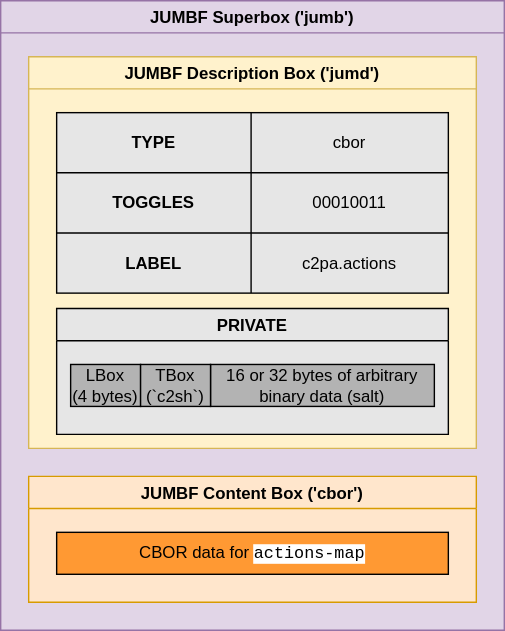
Above: build/site/specifications/2.0/specs/_images/assertion_JUMBF.drawio.svg in c2pa-org/specifications (draw.io), before the change. Source tidied: cells renumbered, new cells last; positions are measured from the earlier drawing's top-left corner, leaving out a move shared by most shapes. Source of this version:
```xml
<mxGraphModel>
  <root>
    <mxCell id="0" />
    <mxCell id="1" parent="0" />
    <mxCell id="2" value="JUMBF Superbox ('jumb')" style="swimlane;fillColor=#e1d5e7;strokeColor=#9673a6;swimlaneFillColor=#E1D5E7;" parent="1" vertex="1">
      <mxGeometry width="360" height="450" as="geometry" />
    </mxCell>
    <mxCell id="3" value="JUMBF Description Box ('jumd')" style="swimlane;fillColor=#fff2cc;strokeColor=#d6b656;swimlaneFillColor=#FFF2CC;" parent="2" vertex="1">
      <mxGeometry x="20" y="40" width="320" height="280" as="geometry" />
    </mxCell>
    <mxCell id="4" style="shape=table;html=1;whiteSpace=wrap;startSize=0;swimlaneFillColor=none;fillColor=#E6E6E6;" parent="3" vertex="1">
      <mxGeometry x="20" y="40" width="280" height="129" as="geometry" />
    </mxCell>
    <mxCell id="5" style="shape=partialRectangle;html=1;whiteSpace=wrap;fillColor=none;top=0;left=0;bottom=0;right=0;" parent="4" vertex="1">
      <mxGeometry width="280" height="43" as="geometry" />
    </mxCell>
    <mxCell id="6" value="TYPE" style="shape=partialRectangle;html=1;whiteSpace=wrap;fillColor=none;top=0;left=0;bottom=0;right=0;overflow=hidden;fontStyle=1;" parent="5" vertex="1">
      <mxGeometry width="139" height="43" as="geometry" />
    </mxCell>
    <mxCell id="7" value="cbor" style="shape=partialRectangle;html=1;whiteSpace=wrap;fillColor=none;top=0;left=0;bottom=0;right=0;overflow=hidden;" parent="5" vertex="1">
      <mxGeometry x="139" width="141" height="43" as="geometry" />
    </mxCell>
    <mxCell id="8" style="shape=partialRectangle;html=1;whiteSpace=wrap;fillColor=none;top=0;left=0;bottom=0;right=0;" parent="4" vertex="1">
      <mxGeometry y="43" width="280" height="43" as="geometry" />
    </mxCell>
    <mxCell id="9" value="TOGGLES" style="shape=partialRectangle;html=1;whiteSpace=wrap;fillColor=none;top=0;left=0;bottom=0;right=0;overflow=hidden;fontStyle=1;" parent="8" vertex="1">
      <mxGeometry width="139" height="43" as="geometry" />
    </mxCell>
    <mxCell id="10" value="00010011" style="shape=partialRectangle;html=1;whiteSpace=wrap;fillColor=none;top=0;left=0;bottom=0;right=0;overflow=hidden;" parent="8" vertex="1">
      <mxGeometry x="139" width="141" height="43" as="geometry" />
    </mxCell>
    <mxCell id="11" style="shape=partialRectangle;html=1;whiteSpace=wrap;fillColor=none;top=0;left=0;bottom=0;right=0;" parent="4" vertex="1">
      <mxGeometry y="86" width="280" height="43" as="geometry" />
    </mxCell>
    <mxCell id="12" value="LABEL" style="shape=partialRectangle;html=1;whiteSpace=wrap;fillColor=none;top=0;left=0;bottom=0;right=0;overflow=hidden;fontStyle=1;" parent="11" vertex="1">
      <mxGeometry width="139" height="43" as="geometry" />
    </mxCell>
    <mxCell id="13" value="c2pa.actions" style="shape=partialRectangle;html=1;whiteSpace=wrap;fillColor=none;top=0;left=0;bottom=0;right=0;overflow=hidden;" parent="11" vertex="1">
      <mxGeometry x="139" width="141" height="43" as="geometry" />
    </mxCell>
    <mxCell id="14" value="PRIVATE" style="swimlane;swimlaneFillColor=#E6E6E6;fillColor=#E6E6E6;" parent="3" vertex="1">
      <mxGeometry x="20" y="180" width="280" height="90" as="geometry" />
    </mxCell>
    <mxCell id="15" value="JUMBF Content Box ('cbor')" style="swimlane;fillColor=#ffe6cc;strokeColor=#d79b00;swimlaneFillColor=#FFE6CC;" parent="2" vertex="1">
      <mxGeometry x="20" y="340" width="320" height="90" as="geometry" />
    </mxCell>
    <mxCell id="16" value="CBOR data for&amp;nbsp;&lt;span style=&quot;background-color: rgb(255 , 255 , 255) ; font-family: &amp;#34;source code pro&amp;#34; , &amp;#34;menlo&amp;#34; , &amp;#34;monaco&amp;#34; , &amp;#34;courier new&amp;#34; , monospace , &amp;#34;menlo&amp;#34; , &amp;#34;monaco&amp;#34; , &amp;#34;courier new&amp;#34; , monospace&quot;&gt;actions-map&lt;/span&gt;" style="rounded=0;whiteSpace=wrap;html=1;fillColor=#FF9933;" parent="15" vertex="1">
      <mxGeometry x="20" y="40" width="280" height="30" as="geometry" />
    </mxCell>
    <mxCell id="17" value="16 or 32 bytes of arbitrary binary data (salt)" style="rounded=0;whiteSpace=wrap;html=1;fillColor=#B3B3B3;" parent="1" vertex="1">
      <mxGeometry x="150" y="260" width="160" height="30" as="geometry" />
    </mxCell>
    <mxCell id="18" value="LBox &lt;br&gt;&lt;span style=&quot;color: rgba(0 , 0 , 0 , 0) ; font-family: monospace ; font-size: 0px&quot;&gt;%3CmxGraphModel%3E%3Croot%3E%3CmxCell%20id%3D%220%22%2F%3E%3CmxCell%20id%3D%221%22%20parent%3D%220%22%2F%3E%3CmxCell%20id%3D%222%22%20value%3D%2216%20or%2032%20bytes%20of%20arbitrary%20binary%20data%20(salt)%22%20style%3D%22rounded%3D0%3BwhiteSpace%3Dwrap%3Bhtml%3D1%3BfillColor%3D%23B3B3B3%3B%22%20vertex%3D%221%22%20parent%3D%221%22%3E%3CmxGeometry%20x%3D%22260%22%20y%3D%22340%22%20width%3D%22160%22%20height%3D%2230%22%20as%3D%22geometry%22%2F%3E%3C%2FmxCell%3E%3C%2Froot%3E%3C%2FmxGraphModel%3E&lt;/span&gt;(4 bytes)" style="rounded=0;whiteSpace=wrap;html=1;fillColor=#B3B3B3;" parent="1" vertex="1">
      <mxGeometry x="50" y="260" width="50" height="30" as="geometry" />
    </mxCell>
    <mxCell id="19" value="TBox &lt;br&gt;&lt;span style=&quot;color: rgba(0 , 0 , 0 , 0) ; font-family: monospace ; font-size: 0px&quot;&gt;%3CmxGraphModel%3E%3Croot%3E%3CmxCell%20id%3D%220%22%2F%3E%3CmxCell%20id%3D%221%22%20parent%3D%220%22%2F%3E%3CmxCell%20id%3D%222%22%20value%3D%2216%20or%2032%20bytes%20of%20arbitrary%20binary%20data%20(salt)%22%20style%3D%22rounded%3D0%3BwhiteSpace%3Dwrap%3Bhtml%3D1%3BfillColor%3D%23B3B3B3%3B%22%20vertex%3D%221%22%20parent%3D%221%22%3E%3CmxGeometry%20x%3D%22260%22%20y%3D%22340%22%20width%3D%22160%22%20height%3D%2230%22%20as%3D%22geometry%22%2F%3E%3C%2FmxCell%3E%3C%2Froot%3E%3C%2FmxGraphModel%3E&lt;/span&gt;(`c2sh`)" style="rounded=0;whiteSpace=wrap;html=1;fillColor=#B3B3B3;" parent="1" vertex="1">
      <mxGeometry x="100" y="260" width="50" height="30" as="geometry" />
    </mxCell>
  </root>
</mxGraphModel>
```
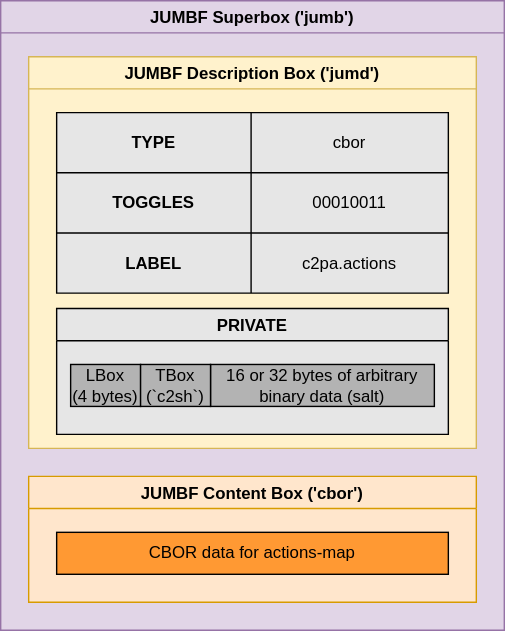
Above is the later version.

The edit, as a diff of the source:
```diff
@@ -44,7 +44,7 @@
     <mxCell id="15" value="JUMBF Content Box ('cbor')" style="swimlane;fillColor=#ffe6cc;strokeColor=#d79b00;swimlaneFillColor=#FFE6CC;" parent="2" vertex="1">
       <mxGeometry x="20" y="340" width="320" height="90" as="geometry" />
     </mxCell>
-    <mxCell id="16" value="CBOR data for&amp;nbsp;&lt;span style=&quot;background-color: rgb(255 , 255 , 255) ; font-family: &amp;#34;source code pro&amp;#34; , &amp;#34;menlo&amp;#34; , &amp;#34;monaco&amp;#34; , &amp;#34;courier new&amp;#34; , monospace , &amp;#34;menlo&amp;#34; , &amp;#34;monaco&amp;#34; , &amp;#34;courier new&amp;#34; , monospace&quot;&gt;actions-map&lt;/span&gt;" style="rounded=0;whiteSpace=wrap;html=1;fillColor=#FF9933;" parent="15" vertex="1">
+    <mxCell id="16" value="CBOR data for actions-map" style="rounded=0;whiteSpace=wrap;html=1;fillColor=#FF9933;" parent="15" vertex="1">
       <mxGeometry x="20" y="40" width="280" height="30" as="geometry" />
     </mxCell>
     <mxCell id="17" value="16 or 32 bytes of arbitrary binary data (salt)" style="rounded=0;whiteSpace=wrap;html=1;fillColor=#B3B3B3;" parent="1" vertex="1">
```
